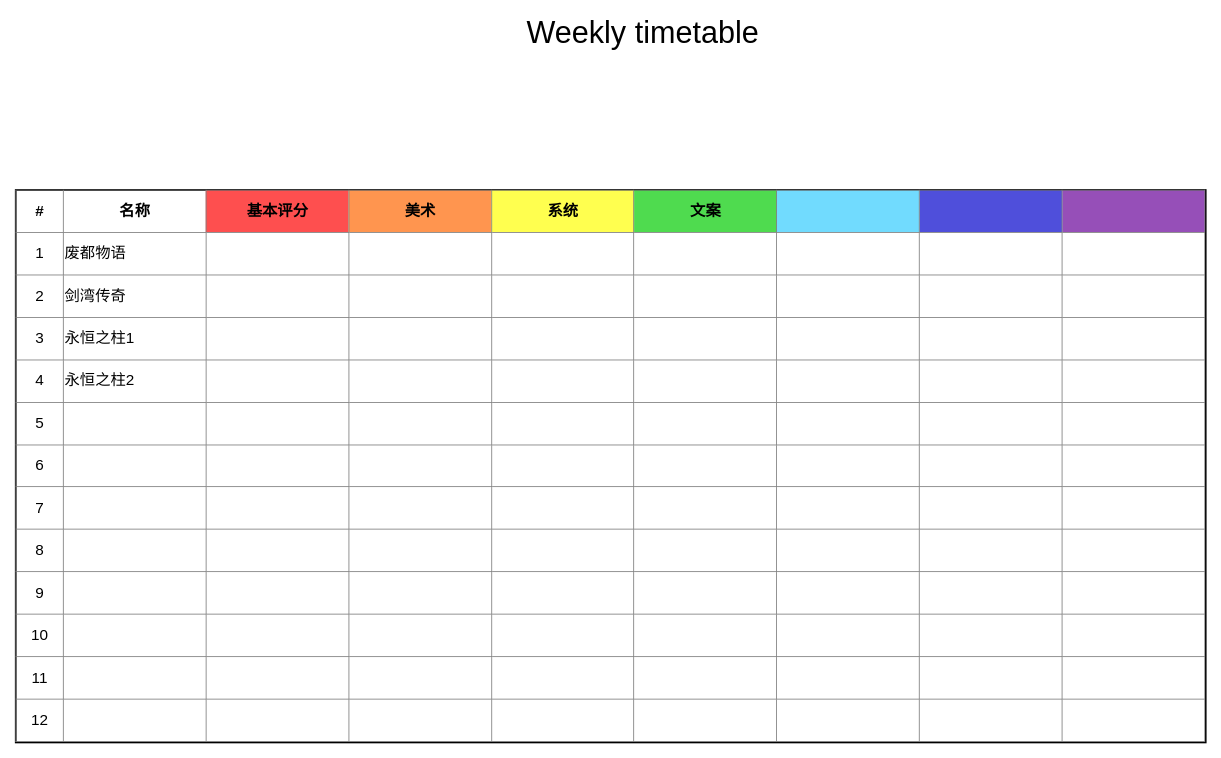
Above: 未命名绘图.drawio in Toma882/DrawIO (draw.io), before the change. Source tidied: cells renumbered, new cells numbered last; positions are measured from the earlier drawing's top-left corner, leaving out a move shared by most shapes. Both pictures are drawn from the tidied source at 85%, with x=0, y=0 at pixel (15, 15).
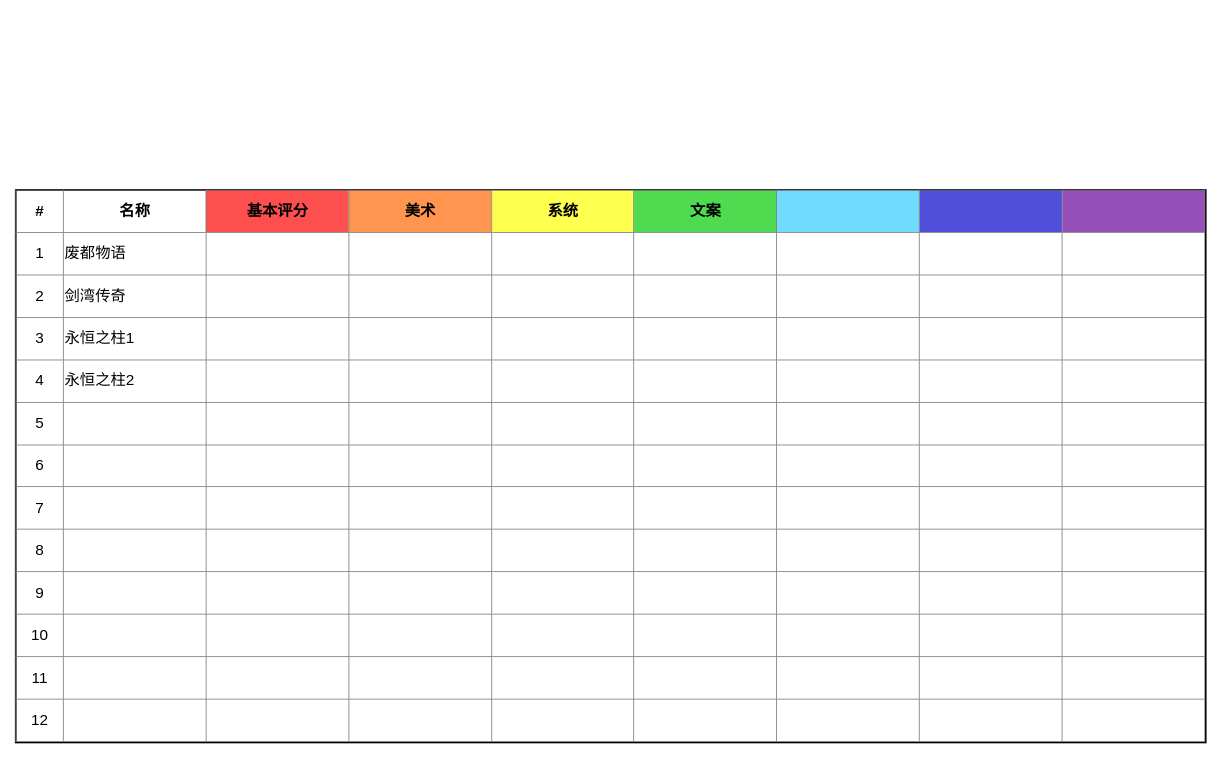
After the change.

Commit message:
更新未命名绘图.drawio

What changed in the source:
```diff
@@
 <mxGraphModel>
   <root>
     <mxCell id="0" />
     <mxCell id="1" parent="0" />
     <mxCell id="2" value="&lt;table border=&quot;1&quot; width=&quot;100%&quot; style=&quot;width: 100% ; height: 100% ; border-collapse: collapse&quot;&gt;&lt;tbody&gt;&lt;tr align=&quot;center&quot;&gt;&lt;th width=&quot;4%&quot;&gt;&lt;font face=&quot;Arial&quot;&gt;#&lt;br&gt;&lt;/font&gt;&lt;/th&gt;&lt;th width=&quot;12%&quot;&gt;&lt;font face=&quot;Arial&quot;&gt;名称&lt;/font&gt;&lt;/th&gt;&lt;th width=&quot;12%&quot; bgcolor=&quot;#FE4F4F&quot;&gt;基本评分&lt;/th&gt;&lt;th width=&quot;12%&quot; bgcolor=&quot;#FF954F&quot;&gt;美术&lt;/th&gt;&lt;th width=&quot;12%&quot; bgcolor=&quot;#FFFF4F&quot;&gt;系统&lt;/th&gt;&lt;th width=&quot;12%&quot; bgcolor=&quot;#4FDB4F&quot;&gt;文案&lt;/th&gt;&lt;th width=&quot;12%&quot; bgcolor=&quot;#71DBFE&quot;&gt;&lt;/th&gt;&lt;th width=&quot;12%&quot; bgcolor=&quot;#4F4FDB&quot;&gt;&lt;/th&gt;&lt;th width=&quot;12%&quot; bgcolor=&quot;#964FB8&quot;&gt;&lt;font face=&quot;Arial&quot;&gt;&lt;br&gt;&lt;/font&gt;&lt;/th&gt;&lt;/tr&gt;&lt;tr align=&quot;left&quot;&gt;&lt;td style=&quot;text-align: center&quot;&gt;1&lt;/td&gt;&lt;td&gt;废都物语&lt;/td&gt;&lt;td&gt;&lt;/td&gt;&lt;td&gt;&lt;/td&gt;&lt;td&gt;&lt;/td&gt;&lt;td&gt;&lt;/td&gt;&lt;td&gt;&lt;/td&gt;&lt;td&gt;&lt;/td&gt;&lt;td&gt;&lt;/td&gt;&lt;/tr&gt;&lt;tr align=&quot;left&quot;&gt;&lt;td style=&quot;text-align: center&quot;&gt;2&lt;/td&gt;&lt;td&gt;剑湾传奇&lt;br&gt;&lt;/td&gt;&lt;td&gt;&lt;/td&gt;&lt;td&gt;&lt;/td&gt;&lt;td&gt;&lt;/td&gt;&lt;td&gt;&lt;/td&gt;&lt;td&gt;&lt;/td&gt;&lt;td&gt;&lt;/td&gt;&lt;td&gt;&lt;/td&gt;&lt;/tr&gt;&lt;tr align=&quot;left&quot;&gt;&lt;td style=&quot;text-align: center&quot;&gt;3&lt;/td&gt;&lt;td&gt;永恒之柱1&lt;/td&gt;&lt;td&gt;&lt;/td&gt;&lt;td&gt;&lt;/td&gt;&lt;td&gt;&lt;/td&gt;&lt;td&gt;&lt;/td&gt;&lt;td&gt;&lt;/td&gt;&lt;td&gt;&lt;/td&gt;&lt;td&gt;&lt;/td&gt;&lt;/tr&gt;&lt;tr align=&quot;left&quot;&gt;&lt;td style=&quot;text-align: center&quot;&gt;4&lt;/td&gt;&lt;td&gt;永恒之柱2&lt;/td&gt;&lt;td&gt;&lt;/td&gt;&lt;td&gt;&lt;/td&gt;&lt;td&gt;&lt;/td&gt;&lt;td&gt;&lt;/td&gt;&lt;td&gt;&lt;/td&gt;&lt;td&gt;&lt;/td&gt;&lt;td&gt;&lt;/td&gt;&lt;/tr&gt;&lt;tr align=&quot;left&quot;&gt;&lt;td style=&quot;text-align: center&quot;&gt;5&lt;/td&gt;&lt;td&gt;&lt;/td&gt;&lt;td&gt;&lt;/td&gt;&lt;td&gt;&lt;/td&gt;&lt;td&gt;&lt;/td&gt;&lt;td&gt;&lt;/td&gt;&lt;td&gt;&lt;/td&gt;&lt;td&gt;&lt;/td&gt;&lt;td&gt;&lt;/td&gt;&lt;/tr&gt;&lt;tr align=&quot;left&quot;&gt;&lt;td style=&quot;text-align: center&quot;&gt;6&lt;/td&gt;&lt;td&gt;&lt;/td&gt;&lt;td&gt;&lt;/td&gt;&lt;td&gt;&lt;/td&gt;&lt;td&gt;&lt;/td&gt;&lt;td&gt;&lt;/td&gt;&lt;td&gt;&lt;/td&gt;&lt;td&gt;&lt;/td&gt;&lt;td&gt;&lt;/td&gt;&lt;/tr&gt;&lt;tr align=&quot;left&quot;&gt;&lt;td style=&quot;text-align: center&quot;&gt;7&lt;/td&gt;&lt;td&gt;&lt;/td&gt;&lt;td&gt;&lt;/td&gt;&lt;td&gt;&lt;/td&gt;&lt;td&gt;&lt;/td&gt;&lt;td&gt;&lt;/td&gt;&lt;td&gt;&lt;/td&gt;&lt;td&gt;&lt;/td&gt;&lt;td&gt;&lt;/td&gt;&lt;/tr&gt;&lt;tr align=&quot;left&quot;&gt;&lt;td style=&quot;text-align: center&quot;&gt;8&lt;/td&gt;&lt;td&gt;&lt;/td&gt;&lt;td&gt;&lt;/td&gt;&lt;td&gt;&lt;/td&gt;&lt;td&gt;&lt;/td&gt;&lt;td&gt;&lt;/td&gt;&lt;td&gt;&lt;/td&gt;&lt;td&gt;&lt;/td&gt;&lt;td&gt;&lt;/td&gt;&lt;/tr&gt;&lt;tr align=&quot;left&quot;&gt;&lt;td style=&quot;text-align: center&quot;&gt;9&lt;/td&gt;&lt;td&gt;&lt;/td&gt;&lt;td&gt;&lt;/td&gt;&lt;td&gt;&lt;/td&gt;&lt;td&gt;&lt;/td&gt;&lt;td&gt;&lt;/td&gt;&lt;td&gt;&lt;/td&gt;&lt;td&gt;&lt;/td&gt;&lt;td&gt;&lt;/td&gt;&lt;/tr&gt;&lt;tr align=&quot;left&quot;&gt;&lt;td style=&quot;text-align: center&quot;&gt;10&lt;/td&gt;&lt;td style=&quot;text-align: center&quot;&gt;&lt;/td&gt;&lt;td&gt;&lt;/td&gt;&lt;td&gt;&lt;/td&gt;&lt;td&gt;&lt;/td&gt;&lt;td&gt;&lt;/td&gt;&lt;td&gt;&lt;/td&gt;&lt;td&gt;&lt;/td&gt;&lt;td&gt;&lt;/td&gt;&lt;/tr&gt;&lt;tr align=&quot;left&quot;&gt;&lt;td style=&quot;text-align: center&quot;&gt;11&lt;/td&gt;&lt;td&gt;&lt;/td&gt;&lt;td&gt;&lt;/td&gt;&lt;td&gt;&lt;/td&gt;&lt;td&gt;&lt;/td&gt;&lt;td&gt;&lt;/td&gt;&lt;td&gt;&lt;/td&gt;&lt;td&gt;&lt;/td&gt;&lt;td&gt;&lt;/td&gt;&lt;/tr&gt;&lt;tr align=&quot;left&quot;&gt;&lt;td style=&quot;text-align: center&quot;&gt;12&lt;/td&gt;&lt;td&gt;&lt;/td&gt;&lt;td&gt;&lt;/td&gt;&lt;td&gt;&lt;/td&gt;&lt;td&gt;&lt;/td&gt;&lt;td&gt;&lt;/td&gt;&lt;td&gt;&lt;/td&gt;&lt;td&gt;&lt;/td&gt;&lt;td&gt;&lt;/td&gt;&lt;/tr&gt;&lt;/tbody&gt;&lt;/table&gt;" style="text;html=1;overflow=fill;strokeColor=#000000;strokeWidth=2;fillColor=#ffffff;fontSize=18;fontColor=#000000;align=center;" parent="1" vertex="1">
       <mxGeometry y="205" width="1400" height="650" as="geometry" />
     </mxCell>
-    <mxCell id="3" value="Weekly timetable" style="text;html=1;strokeColor=none;fillColor=none;align=center;verticalAlign=middle;whiteSpace=wrap;fontSize=36;fontColor=#000000;" parent="1" vertex="1">
-      <mxGeometry x="253" width="970" height="40" as="geometry" />
-    </mxCell>
   </root>
 </mxGraphModel>
```
